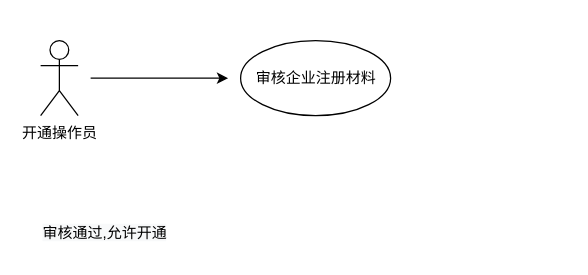
Before: page "ent_account_open_01" (2 of 2) of src/home/xiaodan/ent_account.drawio in ab-doc/draw.io, a draw.io diagram. Source tidied: cells renumbered, new cells numbered last; positions are measured from the earlier drawing's top-left corner, leaving out a move shared by most shapes. Both pictures are drawn from the tidied source at 125%, with x=0, y=0 at pixel (40, 40).
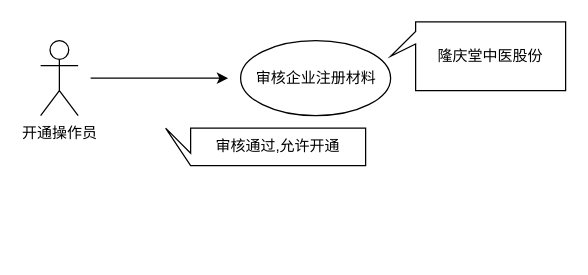
Above is the later version.

Diff of the diagram source:
```diff
@@
 <mxGraphModel>
   <root>
     <mxCell id="0" />
     <mxCell id="1" parent="0" />
     <mxCell id="2" style="edgeStyle=orthogonalEdgeStyle;rounded=0;orthogonalLoop=1;jettySize=auto;html=1;" parent="1" edge="1">
       <mxGeometry relative="1" as="geometry">
         <mxPoint x="40" y="30" as="sourcePoint" />
         <mxPoint x="150" y="30" as="targetPoint" />
       </mxGeometry>
     </mxCell>
     <mxCell id="3" value="开通操作员" style="shape=umlActor;verticalLabelPosition=bottom;verticalAlign=top;html=1;" parent="1" vertex="1">
       <mxGeometry width="30" height="60" as="geometry" />
     </mxCell>
     <mxCell id="4" style="ellipse;whiteSpace=wrap;html=1;verticalAlign=top;" parent="1" vertex="1">
       <mxGeometry x="160" width="120" height="60" as="geometry" />
     </mxCell>
     <mxCell id="5" value="审核企业注册材料" style="text;html=1;align=center;verticalAlign=middle;strokeColor=none;fillColor=none;" parent="1" vertex="1">
       <mxGeometry x="165" y="20" width="110" height="20" as="geometry" />
     </mxCell>
+    <mxCell id="7" value="隆庆堂中医股份" style="shape=callout;whiteSpace=wrap;html=1;perimeter=calloutPerimeter;direction=south;size=20;position=0.14;base=10;" parent="1" vertex="1">
+      <mxGeometry x="280" y="-15" width="140" height="55" as="geometry" />
+    </mxCell>
-    <mxCell id="6" value="&lt;span style=&quot;color: rgb(0, 0, 0); font-family: helvetica; font-size: 12px; font-style: normal; font-weight: 400; letter-spacing: normal; text-align: center; text-indent: 0px; text-transform: none; word-spacing: 0px; background-color: rgb(248, 249, 250); display: inline; float: none;&quot;&gt;审核通过,允许开通&lt;/span&gt;" style="text;whiteSpace=wrap;html=1;" parent="1" vertex="1">
-      <mxGeometry y="140" width="120" height="30" as="geometry" />
+    <mxCell id="6" value="&lt;span style=&quot;font-family: &amp;#34;helvetica&amp;#34;&quot;&gt;审核通过,允许开通&lt;/span&gt;" style="shape=callout;whiteSpace=wrap;html=1;perimeter=calloutPerimeter;direction=south;size=20;position=0.67;base=20;position2=0;" parent="1" vertex="1">
+      <mxGeometry x="100" y="70" width="160" height="30" as="geometry" />
     </mxCell>
   </root>
 </mxGraphModel>
```
